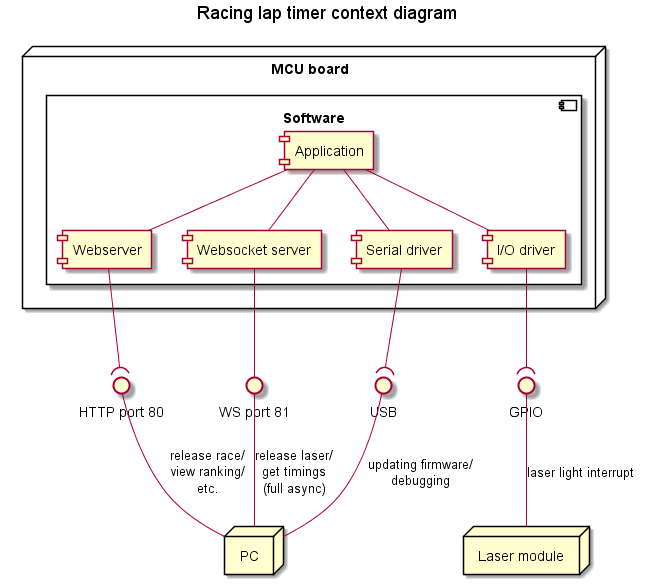
The PlantUML diagram doc/design/SystemContextDiagram.png in BlueAndi/RacingLapTimer, before a commit. The source it was exported from:
```plantuml
@startuml

title Racing lap timer context diagram

node "MCU board" {

    component "Software" {
        component "Webserver" as webServer
        component "Websocket server" as webSocket
        component "Serial driver" as serialDrv
        component "Application" as app
        component "I/O driver" as ioDrv
    }

}

interface "WS port 81" as iWs
interface "HTTP port 80" as iHttp
interface "USB" as iUsb
interface "GPIO" as iGpio

node "PC" as pc
node "Laser module" as laserModule

serialDrv --( iUsb
webServer --( iHttp
webSocket -- iWs
ioDrv --( iGpio

iUsb -- pc: updating firmware/\ndebugging
iHttp -- pc: release race/\nview ranking/\netc.
iWs -- pc: release laser/\nget timings\n(full async)
iGpio -- laserModule: laser light interrupt

app -- webServer
app -- webSocket
app -- serialDrv
app -- ioDrv

@enduml
```
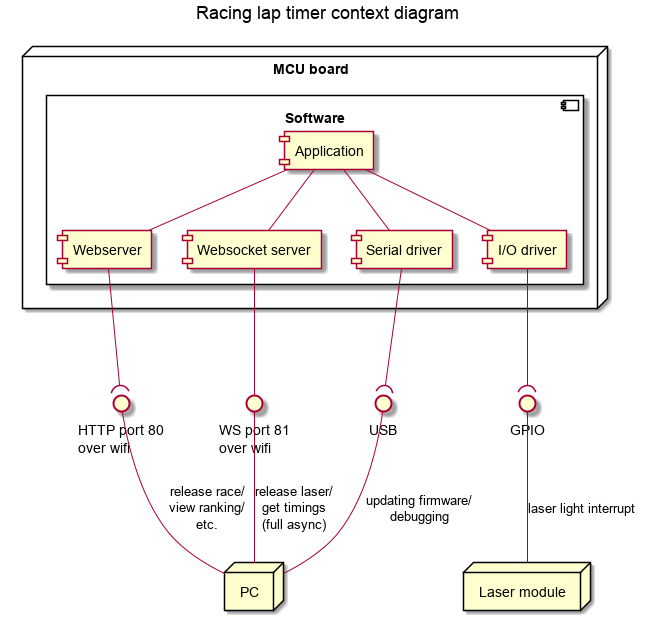
The same diagram one commit later.

Commit message:
System context diagram updated.

What changed in the source:
```diff
@@ -14,8 +14,8 @@
 
 }
 
-interface "WS port 81" as iWs
-interface "HTTP port 80" as iHttp
+interface "WS port 81\nover wifi" as iWs
+interface "HTTP port 80\nover wifi" as iHttp
 interface "USB" as iUsb
 interface "GPIO" as iGpio
 
```
